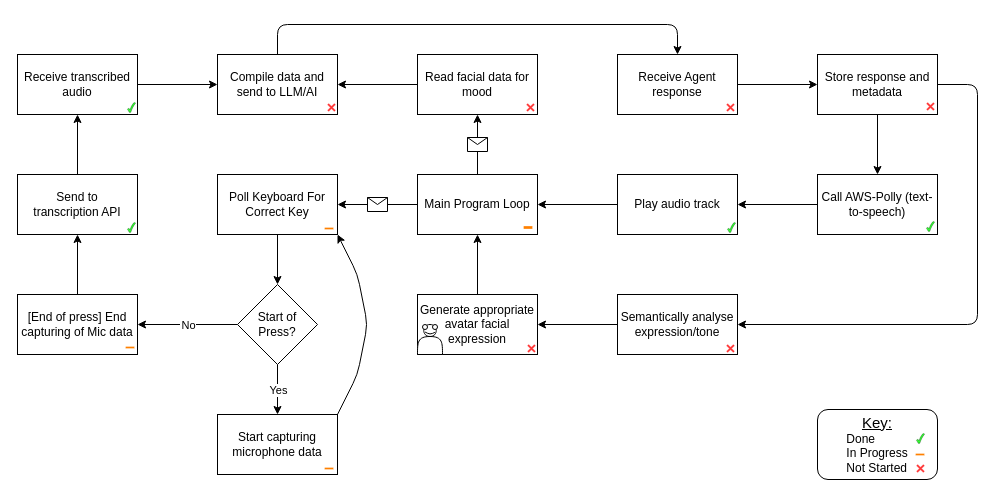
This is diagram.drawio from UP929312/Serenity, a draw.io file, before an edit. Source tidied: cells renumbered, new cells numbered last; positions are measured from the earlier drawing's top-left corner, leaving out a move shared by most shapes. Both pictures are drawn from the tidied source at 100%, with x=0, y=0 at pixel (17, 24).
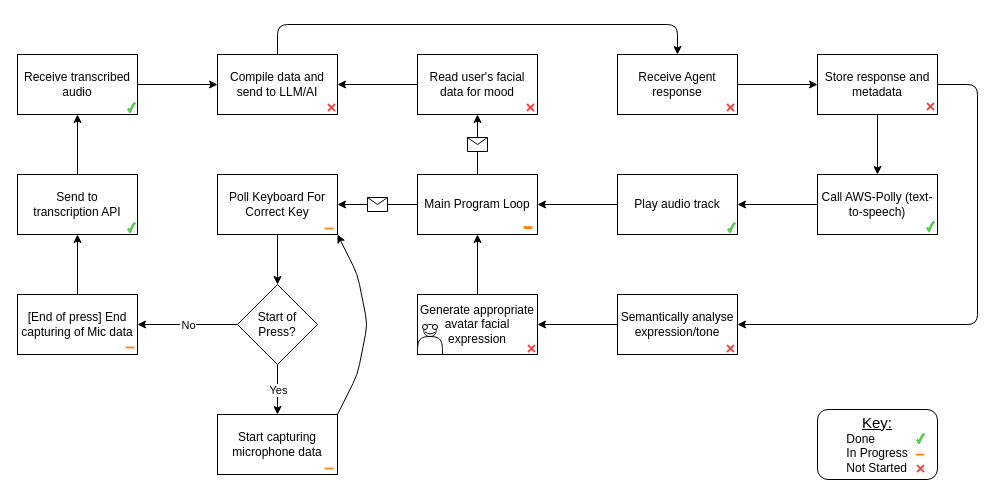
The same diagram, later.

What changed in the source:
```diff
@@
-    <mxCell id="19" value="Read facial data for mood" style="rounded=0;whiteSpace=wrap;html=1;" parent="1" vertex="1">
+    <mxCell id="19" value="Read user's facial data for mood" style="rounded=0;whiteSpace=wrap;html=1;" parent="1" vertex="1">
       <mxGeometry x="400" y="30" width="120" height="60" as="geometry" />
     </mxCell>
```
